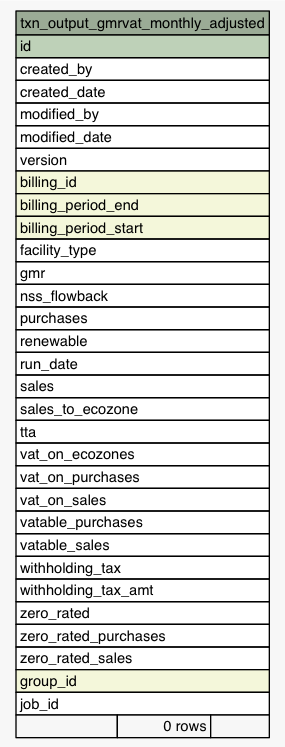
This is Data/settlement/diagrams/summary/txn_output_gmrvat_monthly_adjusted.1degree.png from eyana-m/python-data-dictionary-writer, a Graphviz export, as it was before one commit. Its source is kept beside it as Data/settlement/diagrams/summary/txn_output_gmrvat_monthly_adjusted.1degree.dot. Source of this version:
```dot
digraph "txn_output_gmrvat_monthly_adjusted" {
  graph [
    rankdir="RL"
    bgcolor="#f7f7f7"
    nodesep="0.18"
    ranksep="0.46"
    fontname="Helvetica"
    fontsize="11"
  ];
  node [
    fontname="Helvetica"
    fontsize="11"
    shape="plaintext"
  ];
  edge [
    arrowsize="0.8"
  ];
  "txn_output_gmrvat_monthly_adjusted" [
    label=<
    <TABLE BORDER="0" CELLBORDER="1" CELLSPACING="0" BGCOLOR="#ffffff">
      <TR><TD COLSPAN="3" BGCOLOR="#9bab96" ALIGN="CENTER">txn_output_gmrvat_monthly_adjusted</TD></TR>
      <TR><TD PORT="id" COLSPAN="3" BGCOLOR="#bed1b8" ALIGN="LEFT">id</TD></TR>
      <TR><TD PORT="created_by" COLSPAN="3" ALIGN="LEFT">created_by</TD></TR>
      <TR><TD PORT="created_date" COLSPAN="3" ALIGN="LEFT">created_date</TD></TR>
      <TR><TD PORT="modified_by" COLSPAN="3" ALIGN="LEFT">modified_by</TD></TR>
      <TR><TD PORT="modified_date" COLSPAN="3" ALIGN="LEFT">modified_date</TD></TR>
      <TR><TD PORT="version" COLSPAN="3" ALIGN="LEFT">version</TD></TR>
      <TR><TD PORT="billing_id" COLSPAN="3" BGCOLOR="#f4f7da" ALIGN="LEFT">billing_id</TD></TR>
      <TR><TD PORT="billing_period_end" COLSPAN="3" BGCOLOR="#f4f7da" ALIGN="LEFT">billing_period_end</TD></TR>
      <TR><TD PORT="billing_period_start" COLSPAN="3" BGCOLOR="#f4f7da" ALIGN="LEFT">billing_period_start</TD></TR>
      <TR><TD PORT="facility_type" COLSPAN="3" ALIGN="LEFT">facility_type</TD></TR>
      <TR><TD PORT="gmr" COLSPAN="3" ALIGN="LEFT">gmr</TD></TR>
      <TR><TD PORT="nss_flowback" COLSPAN="3" ALIGN="LEFT">nss_flowback</TD></TR>
      <TR><TD PORT="purchases" COLSPAN="3" ALIGN="LEFT">purchases</TD></TR>
      <TR><TD PORT="renewable" COLSPAN="3" ALIGN="LEFT">renewable</TD></TR>
      <TR><TD PORT="run_date" COLSPAN="3" ALIGN="LEFT">run_date</TD></TR>
      <TR><TD PORT="sales" COLSPAN="3" ALIGN="LEFT">sales</TD></TR>
      <TR><TD PORT="sales_to_ecozone" COLSPAN="3" ALIGN="LEFT">sales_to_ecozone</TD></TR>
      <TR><TD PORT="tta" COLSPAN="3" ALIGN="LEFT">tta</TD></TR>
      <TR><TD PORT="vat_on_ecozones" COLSPAN="3" ALIGN="LEFT">vat_on_ecozones</TD></TR>
      <TR><TD PORT="vat_on_purchases" COLSPAN="3" ALIGN="LEFT">vat_on_purchases</TD></TR>
      <TR><TD PORT="vat_on_sales" COLSPAN="3" ALIGN="LEFT">vat_on_sales</TD></TR>
      <TR><TD PORT="vatable_purchases" COLSPAN="3" ALIGN="LEFT">vatable_purchases</TD></TR>
      <TR><TD PORT="vatable_sales" COLSPAN="3" ALIGN="LEFT">vatable_sales</TD></TR>
      <TR><TD PORT="withholding_tax" COLSPAN="3" ALIGN="LEFT">withholding_tax</TD></TR>
      <TR><TD PORT="withholding_tax_amt" COLSPAN="3" ALIGN="LEFT">withholding_tax_amt</TD></TR>
      <TR><TD PORT="zero_rated" COLSPAN="3" ALIGN="LEFT">zero_rated</TD></TR>
      <TR><TD PORT="zero_rated_purchases" COLSPAN="3" ALIGN="LEFT">zero_rated_purchases</TD></TR>
      <TR><TD PORT="zero_rated_sales" COLSPAN="3" ALIGN="LEFT">zero_rated_sales</TD></TR>
      <TR><TD PORT="group_id" COLSPAN="3" BGCOLOR="#f4f7da" ALIGN="LEFT">group_id</TD></TR>
      <TR><TD PORT="job_id" COLSPAN="3" ALIGN="LEFT">job_id</TD></TR>
      <TR><TD ALIGN="LEFT" BGCOLOR="#f7f7f7">  </TD><TD ALIGN="RIGHT" BGCOLOR="#f7f7f7">0 rows</TD><TD ALIGN="RIGHT" BGCOLOR="#f7f7f7">  </TD></TR>
    </TABLE>>
    URL="tables/txn_output_gmrvat_monthly_adjusted.html"
    tooltip="txn_output_gmrvat_monthly_adjusted"
  ];
}
```
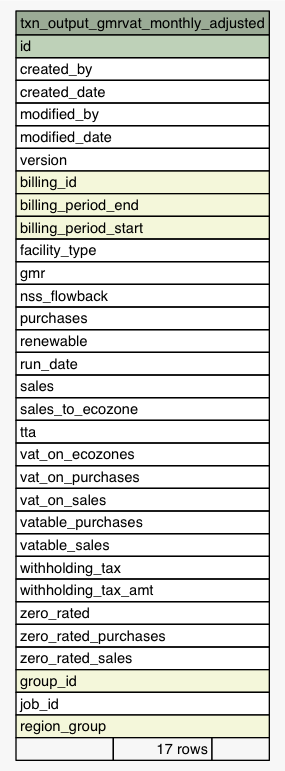
Above is the later version.

Change to the diagram source:
```diff
@@ -49,7 +49,8 @@
       <TR><TD PORT="zero_rated_sales" COLSPAN="3" ALIGN="LEFT">zero_rated_sales</TD></TR>
       <TR><TD PORT="group_id" COLSPAN="3" BGCOLOR="#f4f7da" ALIGN="LEFT">group_id</TD></TR>
       <TR><TD PORT="job_id" COLSPAN="3" ALIGN="LEFT">job_id</TD></TR>
-      <TR><TD ALIGN="LEFT" BGCOLOR="#f7f7f7">  </TD><TD ALIGN="RIGHT" BGCOLOR="#f7f7f7">0 rows</TD><TD ALIGN="RIGHT" BGCOLOR="#f7f7f7">  </TD></TR>
+      <TR><TD PORT="region_group" COLSPAN="3" BGCOLOR="#f4f7da" ALIGN="LEFT">region_group</TD></TR>
+      <TR><TD ALIGN="LEFT" BGCOLOR="#f7f7f7">  </TD><TD ALIGN="RIGHT" BGCOLOR="#f7f7f7">17 rows</TD><TD ALIGN="RIGHT" BGCOLOR="#f7f7f7">  </TD></TR>
     </TABLE>>
     URL="tables/txn_output_gmrvat_monthly_adjusted.html"
     tooltip="txn_output_gmrvat_monthly_adjusted"
```
